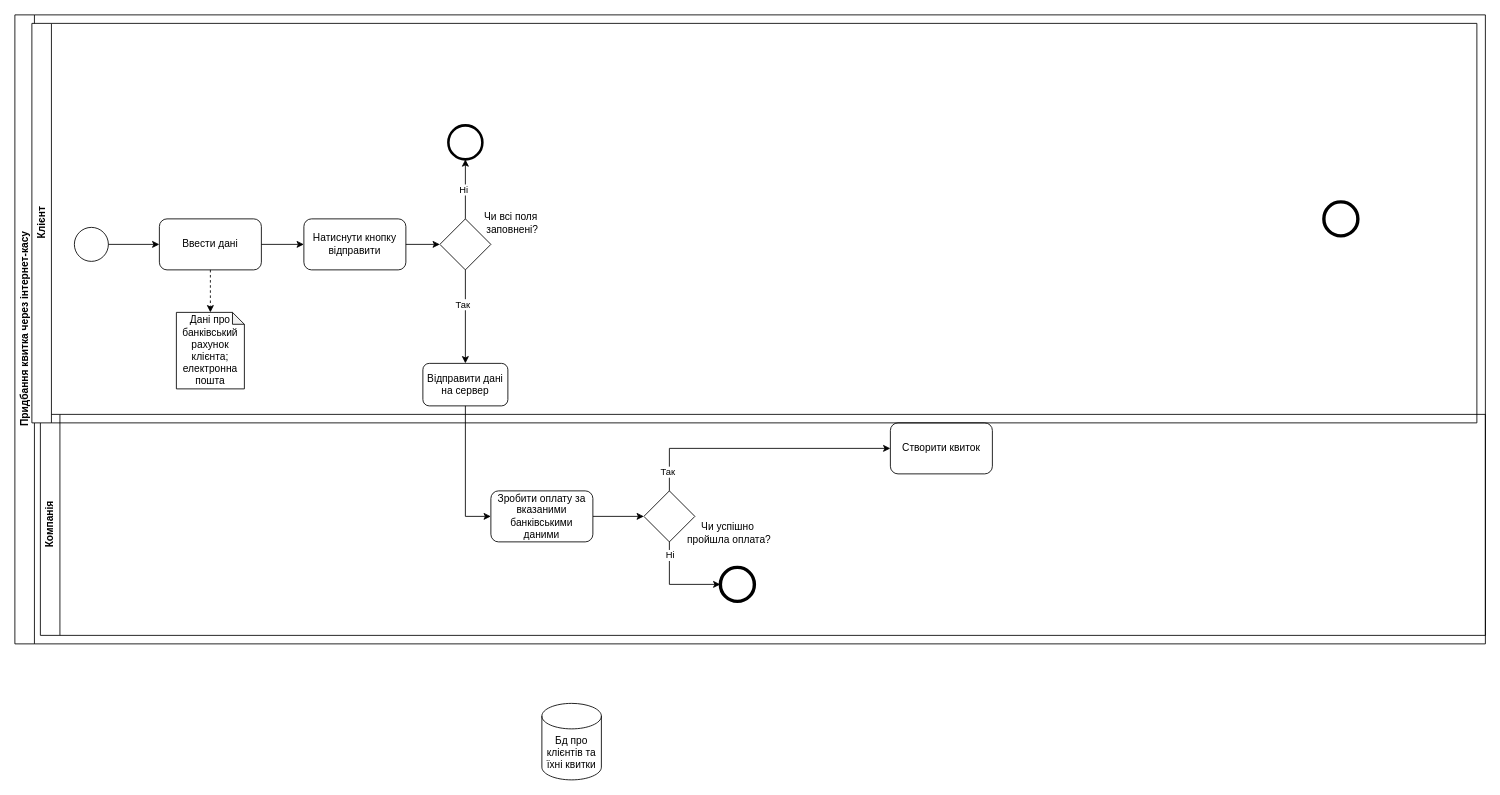
n3wb1e05/qa-qc-labs keeps this draw.io diagram as bnpm.drawio. Above is the earlier version. Source tidied: cells renumbered, new cells numbered last; positions are measured from the earlier drawing's top-left corner, leaving out a move shared by most shapes. Both pictures are drawn from the tidied source at 85%, with x=0, y=0 at pixel (14, 14).
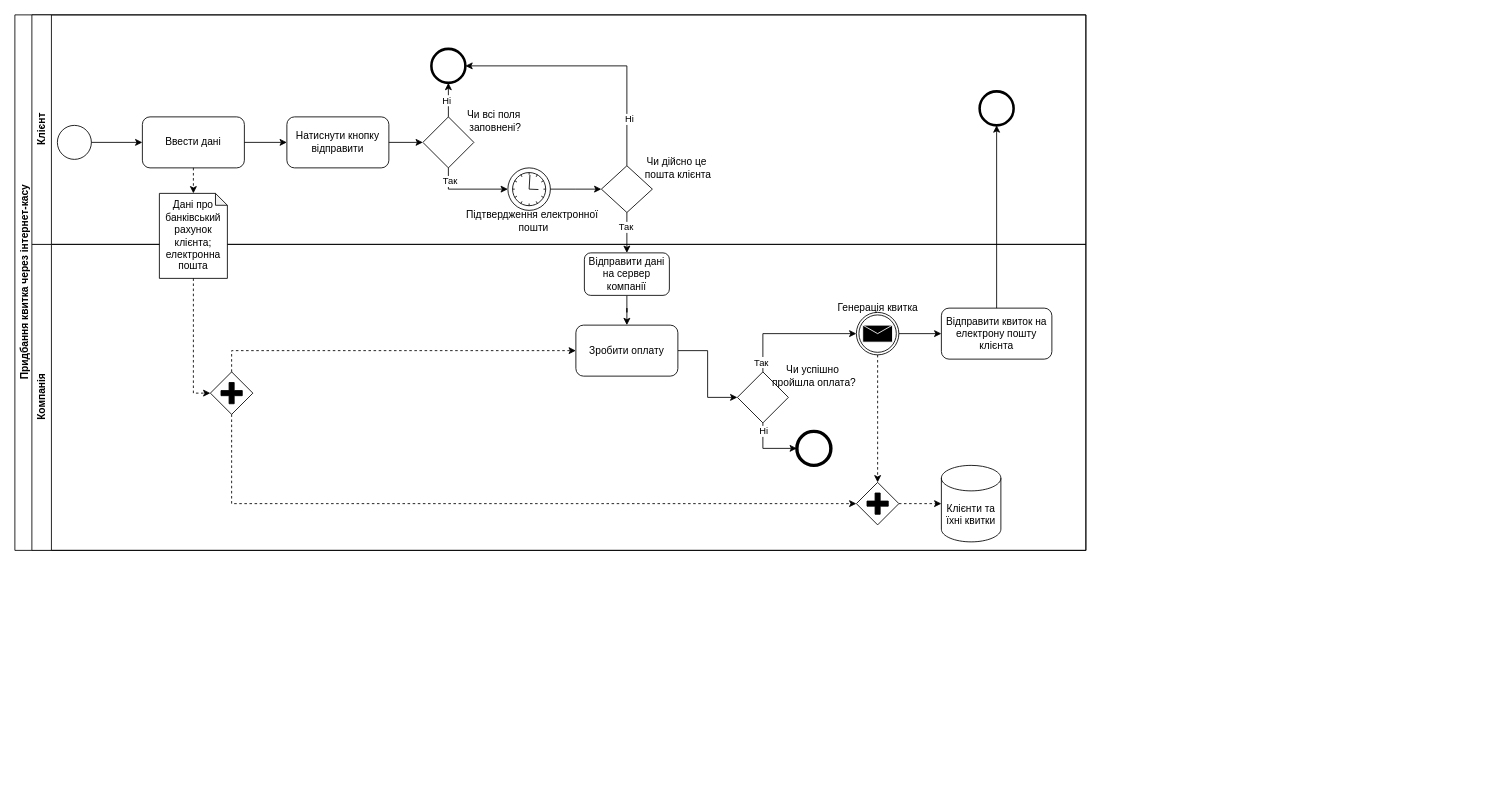
After the change.

Diff of the diagram source:
```diff
@@
     <mxCell id="2" value="Придбання квитка через інтернет-касу" style="swimlane;horizontal=0;whiteSpace=wrap;html=1;" parent="1" vertex="1">
-      <mxGeometry width="1730" height="740" as="geometry" />
+      <mxGeometry width="1260" height="630" as="geometry" />
     </mxCell>
     <mxCell id="3" value="Компанія" style="swimlane;horizontal=0;whiteSpace=wrap;html=1;" parent="2" vertex="1">
-      <mxGeometry x="30" y="470" width="1700" height="260" as="geometry" />
+      <mxGeometry x="20" y="270" width="1240" height="360" as="geometry" />
     </mxCell>
     <mxCell id="4" style="ellipse;whiteSpace=wrap;html=1;strokeWidth=4;" parent="3" vertex="1">
-      <mxGeometry x="800" y="180" width="40" height="40" as="geometry" />
+      <mxGeometry x="900" y="220" width="40" height="40" as="geometry" />
     </mxCell>
@@
-    <mxCell id="6" value="Зробити оплату за вказаними банківськими даними" style="rounded=1;whiteSpace=wrap;html=1;" parent="3" vertex="1">
-      <mxGeometry x="530" y="90" width="120" height="60" as="geometry" />
+    <mxCell id="6" value="Зробити оплату" style="rounded=1;whiteSpace=wrap;html=1;" parent="3" vertex="1">
+      <mxGeometry x="640" y="95" width="120" height="60" as="geometry" />
     </mxCell>
     <mxCell id="7" style="rhombus;whiteSpace=wrap;html=1;" parent="3" vertex="1">
-      <mxGeometry x="710" y="90" width="60" height="60" as="geometry" />
+      <mxGeometry x="830" y="150" width="60" height="60" as="geometry" />
     </mxCell>
     <mxCell id="8" value="Чи успішно&amp;nbsp;&lt;div&gt;пройшла оплата?&lt;/div&gt;" style="text;html=1;align=center;verticalAlign=middle;strokeColor=none;fillColor=none;" parent="3" vertex="1">
-      <mxGeometry x="750" y="120" width="120" height="40" as="geometry" />
+      <mxGeometry x="860" y="135" width="120" height="40" as="geometry" />
     </mxCell>
     <mxCell id="9" style="endArrow=classic;html=1;rounded=0;exitX=0.5;exitY=1;exitDx=0;exitDy=0;entryX=0;entryY=0.5;entryDx=0;entryDy=0;" parent="3" edge="1" source="7" target="4">
       <mxGeometry relative="1" as="geometry">
         <Array as="points">
-          <mxPoint x="740" y="200" />
+          <mxPoint x="860" y="240" />
         </Array>
       </mxGeometry>
     </mxCell>
@@
-    <mxCell id="11" value="Створити квиток" style="rounded=1;whiteSpace=wrap;html=1;" parent="3" vertex="1">
-      <mxGeometry x="1000" y="10" width="120" height="60" as="geometry" />
-    </mxCell>
-    <mxCell id="12" style="endArrow=classic;html=1;rounded=0;exitX=0.5;exitY=0;exitDx=0;exitDy=0;entryX=0;entryY=0.5;entryDx=0;entryDy=0;" parent="3" edge="1" source="7" target="11">
+    <mxCell id="12" style="endArrow=classic;html=1;rounded=0;exitX=0.5;exitY=0;exitDx=0;exitDy=0;" parent="3" edge="1" source="7" target="36">
       <mxGeometry relative="1" as="geometry">
         <Array as="points">
-          <mxPoint x="740" y="40" />
+          <mxPoint x="860" y="105" />
         </Array>
       </mxGeometry>
     </mxCell>
@@
+    <mxCell id="35" style="points=[[0.25,0.25,0],[0.5,0,0],[0.75,0.25,0],[1,0.5,0],[0.75,0.75,0],[0.5,1,0],[0.25,0.75,0],[0,0.5,0]];shape=mxgraph.bpmn.gateway2;html=1;verticalLabelPosition=bottom;labelBackgroundColor=#ffffff;verticalAlign=top;align=center;perimeter=rhombusPerimeter;outlineConnect=0;outline=none;symbol=none;gwType=parallel;" parent="3" vertex="1">
+      <mxGeometry x="970" y="280" width="50" height="50" as="geometry" />
+    </mxCell>
+    <mxCell id="33" style="edgeStyle=orthogonalEdgeStyle;rounded=0;jettySize=auto;html=1;entryX=0.5;entryY=0;entryDx=0;entryDy=0;" parent="3" edge="1" source="31" target="6">
+      <mxGeometry relative="1" as="geometry" />
+    </mxCell>
+    <mxCell id="31" value="Відправити дані на сервер компанії" style="rounded=1;whiteSpace=wrap;html=1;" parent="3" vertex="1">
+      <mxGeometry x="650" y="10" width="100" height="50" as="geometry" />
+    </mxCell>
+    <mxCell id="36" style="points=[[0.145,0.145,0],[0.5,0,0],[0.855,0.145,0],[1,0.5,0],[0.855,0.855,0],[0.5,1,0],[0.145,0.855,0],[0,0.5,0]];shape=mxgraph.bpmn.event;html=1;verticalLabelPosition=bottom;labelBackgroundColor=#ffffff;verticalAlign=top;align=center;perimeter=ellipsePerimeter;outlineConnect=0;outline=throwing;symbol=message;" parent="3" vertex="1">
+      <mxGeometry x="970" y="80" width="50" height="50" as="geometry" />
+    </mxCell>
+    <mxCell id="37" value="Генерація квитка" style="text;html=1;align=center;verticalAlign=middle;strokeColor=none;fillColor=none;" parent="3" vertex="1">
+      <mxGeometry x="935" y="60" width="120" height="30" as="geometry" />
+    </mxCell>
+    <mxCell id="38" style="edgeStyle=orthogonalEdgeStyle;rounded=0;jettySize=auto;html=1;exitX=0.5;exitY=1;exitDx=0;exitDy=0;exitPerimeter=0;entryX=0.5;entryY=0;entryDx=0;entryDy=0;entryPerimeter=0;dashed=1;" parent="3" edge="1" source="36" target="35">
+      <mxGeometry relative="1" as="geometry" />
+    </mxCell>
+    <mxCell id="39" style="edgeStyle=orthogonalEdgeStyle;rounded=0;jettySize=auto;html=1;exitX=0.5;exitY=0;exitDx=0;exitDy=0;exitPerimeter=0;entryX=0;entryY=0.5;entryDx=0;entryDy=0;dashed=1;" parent="3" edge="1" source="40" target="6">
+      <mxGeometry relative="1" as="geometry" />
+    </mxCell>
+    <mxCell id="40" style="points=[[0.25,0.25,0],[0.5,0,0],[0.75,0.25,0],[1,0.5,0],[0.75,0.75,0],[0.5,1,0],[0.25,0.75,0],[0,0.5,0]];shape=mxgraph.bpmn.gateway2;html=1;verticalLabelPosition=bottom;labelBackgroundColor=#ffffff;verticalAlign=top;align=center;perimeter=rhombusPerimeter;outlineConnect=0;outline=none;symbol=none;gwType=parallel;" parent="3" vertex="1">
+      <mxGeometry x="210" y="150" width="50" height="50" as="geometry" />
+    </mxCell>
+    <mxCell id="41" style="edgeStyle=orthogonalEdgeStyle;rounded=0;jettySize=auto;html=1;exitX=0.5;exitY=1;exitDx=0;exitDy=0;exitPerimeter=0;entryX=0;entryY=0.5;entryDx=0;entryDy=0;entryPerimeter=0;dashed=1;" parent="3" edge="1" source="40" target="35">
+      <mxGeometry relative="1" as="geometry" />
+    </mxCell>
+    <mxCell id="42" value="&lt;span style=&quot;background-color: initial;&quot;&gt;Клієнти та їхні квитки&lt;/span&gt;" style="shape=cylinder3;whiteSpace=wrap;html=1;boundedLbl=1;backgroundOutline=1;size=15;" parent="3" vertex="1">
+      <mxGeometry x="1070" y="260" width="70" height="90" as="geometry" />
+    </mxCell>
+    <mxCell id="43" style="edgeStyle=orthogonalEdgeStyle;rounded=0;jettySize=auto;html=1;entryX=0;entryY=0.5;entryDx=0;entryDy=0;entryPerimeter=0;dashed=1;" parent="3" edge="1" source="35" target="42">
+      <mxGeometry relative="1" as="geometry" />
+    </mxCell>
+    <mxCell id="44" style="edgeStyle=orthogonalEdgeStyle;rounded=0;jettySize=auto;html=1;exitX=1;exitY=0.5;exitDx=0;exitDy=0;exitPerimeter=0;" parent="3" edge="1" source="36" target="45">
+      <mxGeometry relative="1" as="geometry" />
+    </mxCell>
+    <mxCell id="45" value="Відправити квиток на електрону пошту клієнта" style="rounded=1;whiteSpace=wrap;html=1;" parent="3" vertex="1">
+      <mxGeometry x="1070" y="75" width="130" height="60" as="geometry" />
+    </mxCell>
     <mxCell id="15" value="Клієнт" style="swimlane;horizontal=0;whiteSpace=wrap;html=1;startSize=23;" parent="2" vertex="1">
-      <mxGeometry x="20" y="10" width="1700" height="470" as="geometry" />
+      <mxGeometry x="20" width="1240" height="270" as="geometry" />
     </mxCell>
-    <mxCell id="16" style="ellipse;whiteSpace=wrap;html=1;strokeWidth=4;" parent="15" vertex="1">
-      <mxGeometry x="1520" y="210" width="40" height="40" as="geometry" />
-    </mxCell>
     <mxCell id="17" style="ellipse;whiteSpace=wrap;html=1;" parent="15" vertex="1">
-      <mxGeometry x="50" y="240" width="40" height="40" as="geometry" />
+      <mxGeometry x="30" y="130" width="40" height="40" as="geometry" />
     </mxCell>
     <mxCell id="18" value="Ввести дані" style="rounded=1;whiteSpace=wrap;html=1;" parent="15" vertex="1">
-      <mxGeometry x="150" y="230" width="120" height="60" as="geometry" />
+      <mxGeometry x="130" y="120" width="120" height="60" as="geometry" />
     </mxCell>
     <mxCell id="19" value="Дані про банківський рахунок клієнта&lt;span style=&quot;background-color: initial;&quot;&gt;; електронна пошта&lt;/span&gt;" style="shape=note;whiteSpace=wrap;html=1;backgroundOutline=1;darkOpacity=0.05;size=14;" parent="15" vertex="1">
-      <mxGeometry x="170" y="340" width="80" height="90" as="geometry" />
+      <mxGeometry x="150" y="210" width="80" height="100" as="geometry" />
     </mxCell>
@@
     <mxCell id="21" value="Натиснути кнопку відправити" style="rounded=1;whiteSpace=wrap;html=1;" parent="15" vertex="1">
-      <mxGeometry x="320" y="230" width="120" height="60" as="geometry" />
+      <mxGeometry x="300" y="120" width="120" height="60" as="geometry" />
     </mxCell>
@@
-    <mxCell id="23" style="edgeStyle=orthogonalEdgeStyle;rounded=0;jettySize=auto;html=1;exitX=0.5;exitY=1;exitDx=0;exitDy=0;entryX=0.5;entryY=0;entryDx=0;entryDy=0;" parent="15" edge="1" source="27" target="31">
-      <mxGeometry relative="1" as="geometry" />
-    </mxCell>
-    <mxCell id="24" value="Так" style="edgeLabel;html=1;align=center;verticalAlign=middle;" parent="23" vertex="1">
-      <mxGeometry x="-0.27" y="-4" relative="1" as="geometry" />
-    </mxCell>
@@
+    <mxCell id="46" style="edgeStyle=orthogonalEdgeStyle;rounded=0;jettySize=auto;html=1;exitX=0.5;exitY=1;exitDx=0;exitDy=0;entryX=0;entryY=0.5;entryDx=0;entryDy=0;entryPerimeter=0;" parent="15" edge="1" source="27" target="48">
+      <mxGeometry relative="1" as="geometry">
+        <Array as="points">
+          <mxPoint x="490" y="205" />
+        </Array>
+      </mxGeometry>
+    </mxCell>
+    <mxCell id="47" value="Так" style="edgeLabel;html=1;align=center;verticalAlign=middle;" parent="46" vertex="1">
+      <mxGeometry x="-0.68" y="1" relative="1" as="geometry" />
+    </mxCell>
     <mxCell id="27" style="rhombus;whiteSpace=wrap;html=1;" parent="15" vertex="1">
-      <mxGeometry x="480" y="230" width="60" height="60" as="geometry" />
+      <mxGeometry x="460" y="120" width="60" height="60" as="geometry" />
     </mxCell>
@@
     <mxCell id="29" value="Чи всі поля&amp;nbsp;&lt;div&gt;заповнені?&lt;/div&gt;" style="text;html=1;align=center;verticalAlign=middle;strokeColor=none;fillColor=none;" parent="15" vertex="1">
-      <mxGeometry x="520" y="215" width="90" height="40" as="geometry" />
+      <mxGeometry x="500" y="105" width="90" height="40" as="geometry" />
     </mxCell>
     <mxCell id="30" style="ellipse;whiteSpace=wrap;html=1;strokeWidth=3;" parent="15" vertex="1">
-      <mxGeometry x="490" y="120" width="40" height="40" as="geometry" />
+      <mxGeometry x="470" y="40" width="40" height="40" as="geometry" />
     </mxCell>
-    <mxCell id="31" value="Відправити дані на сервер" style="rounded=1;whiteSpace=wrap;html=1;" parent="15" vertex="1">
-      <mxGeometry x="460" y="400" width="100" height="50" as="geometry" />
-    </mxCell>
@@
-    <mxCell id="33" style="edgeStyle=orthogonalEdgeStyle;rounded=0;jettySize=auto;html=1;entryX=0;entryY=0.5;entryDx=0;entryDy=0;" parent="2" edge="1" source="31" target="6">
-      <mxGeometry relative="1" as="geometry" />
-    </mxCell>
-    <mxCell id="34" value="Бд про клієнтів та їхні квитки" style="shape=cylinder3;whiteSpace=wrap;html=1;boundedLbl=1;backgroundOutline=1;size=15;" parent="1" vertex="1">
-      <mxGeometry x="620" y="810" width="70" height="90" as="geometry" />
-    </mxCell>
+    <mxCell id="48" style="points=[[0.145,0.145,0],[0.5,0,0],[0.855,0.145,0],[1,0.5,0],[0.855,0.855,0],[0.5,1,0],[0.145,0.855,0],[0,0.5,0]];shape=mxgraph.bpmn.event;html=1;verticalLabelPosition=bottom;labelBackgroundColor=#ffffff;verticalAlign=top;align=center;perimeter=ellipsePerimeter;outlineConnect=0;outline=standard;symbol=timer;" parent="15" vertex="1">
+      <mxGeometry x="560" y="180" width="50" height="50" as="geometry" />
+    </mxCell>
+    <mxCell id="49" value="Підтвердження електронної&amp;nbsp;&lt;div&gt;пошти&lt;/div&gt;" style="text;html=1;align=center;verticalAlign=middle;strokeColor=none;fillColor=none;" parent="15" vertex="1">
+      <mxGeometry x="500" y="223" width="180" height="40" as="geometry" />
+    </mxCell>
+    <mxCell id="50" style="edgeStyle=orthogonalEdgeStyle;rounded=0;jettySize=auto;html=1;exitX=0.5;exitY=0;exitDx=0;exitDy=0;entryX=1;entryY=0.5;entryDx=0;entryDy=0;" parent="15" edge="1" source="52" target="30">
+      <mxGeometry relative="1" as="geometry" />
+    </mxCell>
+    <mxCell id="51" value="Ні" style="edgeLabel;html=1;align=center;verticalAlign=middle;" parent="50" vertex="1">
+      <mxGeometry x="-0.64" y="-2" relative="1" as="geometry" />
+    </mxCell>
+    <mxCell id="52" style="rhombus;whiteSpace=wrap;html=1;" parent="15" vertex="1">
+      <mxGeometry x="670" y="177.5" width="60" height="55" as="geometry" />
+    </mxCell>
+    <mxCell id="53" style="edgeStyle=orthogonalEdgeStyle;rounded=0;jettySize=auto;html=1;exitX=1;exitY=0.5;exitDx=0;exitDy=0;exitPerimeter=0;" parent="15" edge="1" source="48">
+      <mxGeometry relative="1" as="geometry">
+        <mxPoint x="670" y="205" as="targetPoint" />
+      </mxGeometry>
+    </mxCell>
+    <mxCell id="54" value="Чи дійсно це&amp;nbsp;&lt;div&gt;пошта клієнта&lt;/div&gt;" style="text;html=1;align=center;verticalAlign=middle;strokeColor=none;fillColor=none;" parent="15" vertex="1">
+      <mxGeometry x="710" y="160" width="100" height="40" as="geometry" />
+    </mxCell>
+    <mxCell id="55" style="ellipse;whiteSpace=wrap;html=1;strokeWidth=3;" parent="15" vertex="1">
+      <mxGeometry x="1115" y="90" width="40" height="40" as="geometry" />
+    </mxCell>
+    <mxCell id="56" style="edgeStyle=orthogonalEdgeStyle;rounded=0;jettySize=auto;html=1;exitX=0.5;exitY=1;exitDx=0;exitDy=0;exitPerimeter=0;entryX=0;entryY=0.5;entryDx=0;entryDy=0;entryPerimeter=0;dashed=1;" parent="2" edge="1" source="19" target="40">
+      <mxGeometry relative="1" as="geometry" />
+    </mxCell>
+    <mxCell id="57" style="edgeStyle=orthogonalEdgeStyle;rounded=0;jettySize=auto;html=1;" parent="2" edge="1" source="52" target="31">
+      <mxGeometry relative="1" as="geometry" />
+    </mxCell>
+    <mxCell id="58" value="Так" style="edgeLabel;html=1;align=center;verticalAlign=middle;" parent="57" vertex="1">
+      <mxGeometry x="-0.27" y="-2" relative="1" as="geometry" />
+    </mxCell>
+    <mxCell id="59" style="edgeStyle=orthogonalEdgeStyle;rounded=0;jettySize=auto;html=1;entryX=0.5;entryY=1;entryDx=0;entryDy=0;" parent="2" edge="1" source="45" target="55">
+      <mxGeometry relative="1" as="geometry" />
+    </mxCell>
```
